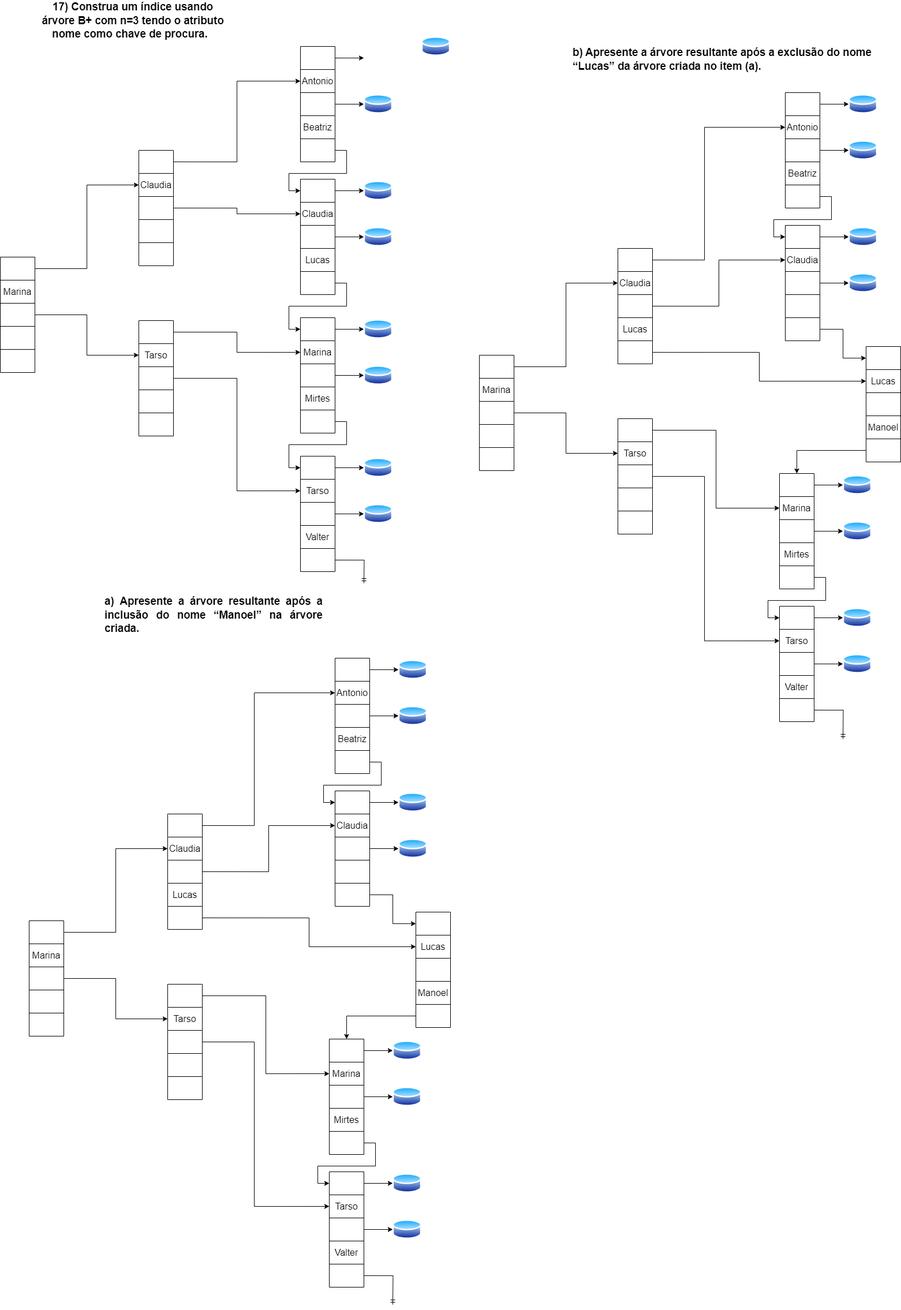
Above: Arvore B+.drawio.png in VitorFonseca123/exerc_indice_BD (draw.io), before the change. Source tidied: cells renumbered, new cells last; positions are measured from the earlier drawing's top-left corner, leaving out a move shared by most shapes.
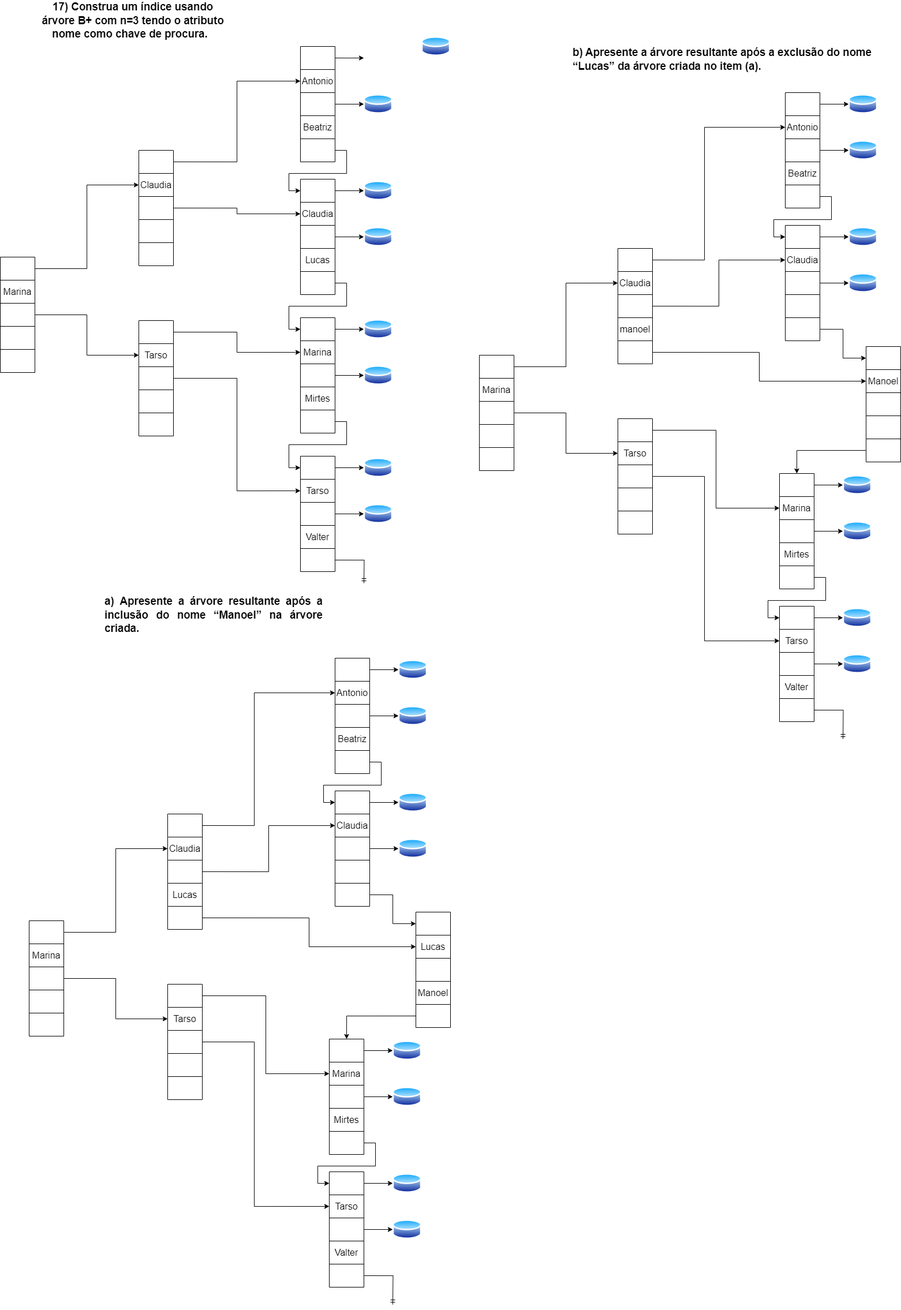
Above is the later version.

The edit, as a diff of the source:
```diff
@@ -908,7 +908,7 @@
     <mxCell id="297" style="shape=tableRow;horizontal=0;startSize=0;swimlaneHead=0;swimlaneBody=0;strokeColor=inherit;top=0;left=0;bottom=0;right=0;fillColor=none;fontSize=16;" parent="290" vertex="1">
       <mxGeometry y="120" width="60" height="40" as="geometry" />
     </mxCell>
-    <mxCell id="298" value="Lucas" style="shape=partialRectangle;html=1;whiteSpace=wrap;strokeColor=inherit;overflow=hidden;fillColor=none;top=0;left=0;bottom=0;right=0;fontSize=16;" parent="297" vertex="1">
+    <mxCell id="298" value="manoel" style="shape=partialRectangle;html=1;whiteSpace=wrap;strokeColor=inherit;overflow=hidden;fillColor=none;top=0;left=0;bottom=0;right=0;fontSize=16;" parent="297" vertex="1">
       <mxGeometry width="60" height="40" as="geometry" />
     </mxCell>
     <mxCell id="299" style="shape=tableRow;horizontal=0;startSize=0;swimlaneHead=0;swimlaneBody=0;strokeColor=inherit;top=0;left=0;bottom=0;right=0;fillColor=none;points=[[0,0.5],[1,0.5]];portConstraint=eastwest;fontSize=16;" parent="290" vertex="1">
@@ -1029,7 +1029,7 @@
     <mxCell id="334" style="shape=tableRow;horizontal=0;startSize=0;swimlaneHead=0;swimlaneBody=0;strokeColor=inherit;top=0;left=0;bottom=0;right=0;fillColor=none;points=[[0,0.5],[1,0.5]];portConstraint=eastwest;fontSize=16;" parent="331" vertex="1">
       <mxGeometry y="40" width="60" height="40" as="geometry" />
     </mxCell>
-    <mxCell id="335" value="Lucas" style="shape=partialRectangle;html=1;whiteSpace=wrap;strokeColor=inherit;overflow=hidden;fillColor=none;top=0;left=0;bottom=0;right=0;fontSize=16;" parent="334" vertex="1">
+    <mxCell id="335" value="Manoel" style="shape=partialRectangle;html=1;whiteSpace=wrap;strokeColor=inherit;overflow=hidden;fillColor=none;top=0;left=0;bottom=0;right=0;fontSize=16;" parent="334" vertex="1">
       <mxGeometry width="60" height="40" as="geometry" />
     </mxCell>
     <mxCell id="336" style="shape=tableRow;horizontal=0;startSize=0;swimlaneHead=0;swimlaneBody=0;strokeColor=inherit;top=0;left=0;bottom=0;right=0;fillColor=none;fontSize=16;" parent="331" vertex="1">
@@ -1041,7 +1041,7 @@
     <mxCell id="338" style="shape=tableRow;horizontal=0;startSize=0;swimlaneHead=0;swimlaneBody=0;strokeColor=inherit;top=0;left=0;bottom=0;right=0;fillColor=none;fontSize=16;" parent="331" vertex="1">
       <mxGeometry y="120" width="60" height="40" as="geometry" />
     </mxCell>
-    <mxCell id="339" value="Manoel" style="shape=partialRectangle;html=1;whiteSpace=wrap;strokeColor=inherit;overflow=hidden;fillColor=none;top=0;left=0;bottom=0;right=0;fontSize=16;" parent="338" vertex="1">
+    <mxCell id="339" style="shape=partialRectangle;html=1;whiteSpace=wrap;strokeColor=inherit;overflow=hidden;fillColor=none;top=0;left=0;bottom=0;right=0;fontSize=16;" parent="338" vertex="1">
       <mxGeometry width="60" height="40" as="geometry" />
     </mxCell>
     <mxCell id="340" style="shape=tableRow;horizontal=0;startSize=0;swimlaneHead=0;swimlaneBody=0;strokeColor=inherit;top=0;left=0;bottom=0;right=0;fillColor=none;points=[[0,0.5],[1,0.5]];portConstraint=eastwest;fontSize=16;" parent="331" vertex="1">
```
